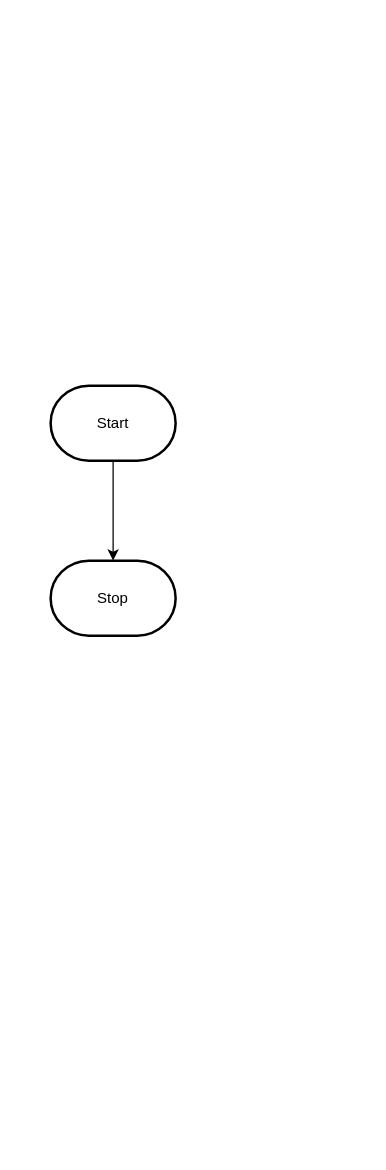
This is design/flowchart.drawio from MTHS-ICS2O-2-2022/ICS2O-Unit-5-01-charlotte-jhu, a draw.io file, before an edit. Source tidied: cells renumbered, new cells numbered last; positions are measured from the earlier drawing's top-left corner, leaving out a move shared by most shapes. Both pictures are drawn from the tidied source at 125%, with x=0, y=0 at pixel (50, 385).
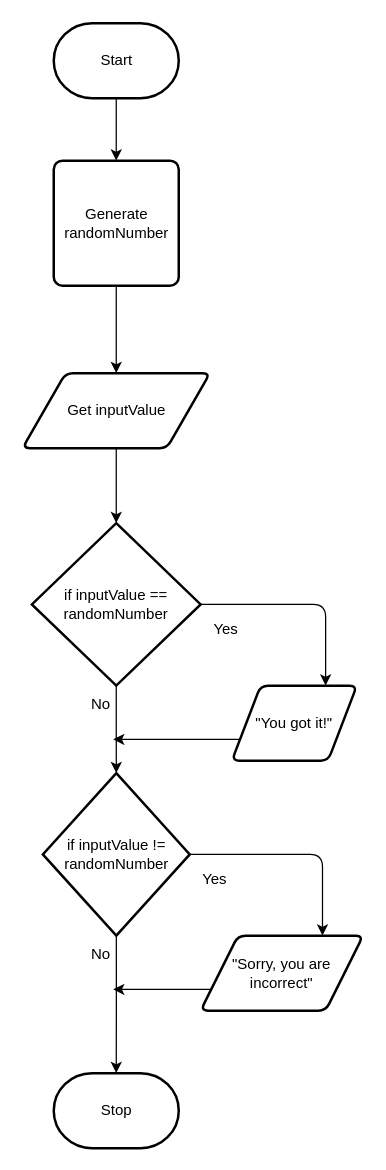
The same page after the edit.

What changed in the source:
```diff
@@
-    <mxCell id="2" style="edgeStyle=orthogonalEdgeStyle;html=1;rounded=0;" parent="1" edge="1" source="3" target="4">
-      <mxGeometry relative="1" as="geometry" />
-    </mxCell>
+    <mxCell id="5" style="edgeStyle=orthogonalEdgeStyle;html=1;exitX=0.5;exitY=1;exitDx=0;exitDy=0;exitPerimeter=0;" parent="1" edge="1" source="3" target="2">
+      <mxGeometry relative="1" as="geometry" />
+    </mxCell>
     <mxCell id="3" value="Start" style="strokeWidth=2;html=1;shape=mxgraph.flowchart.terminator;whiteSpace=wrap;" parent="1" vertex="1">
-      <mxGeometry width="100" height="60" as="geometry" />
+      <mxGeometry x="2.5" y="-290" width="100" height="60" as="geometry" />
     </mxCell>
     <mxCell id="4" value="Stop" style="strokeWidth=2;html=1;shape=mxgraph.flowchart.terminator;whiteSpace=wrap;" parent="1" vertex="1">
-      <mxGeometry y="140" width="100" height="60" as="geometry" />
+      <mxGeometry x="2.5" y="550" width="100" height="60" as="geometry" />
     </mxCell>
+    <mxCell id="6" style="edgeStyle=orthogonalEdgeStyle;html=1;exitX=0.5;exitY=1;exitDx=0;exitDy=0;entryX=0.5;entryY=0;entryDx=0;entryDy=0;" parent="1" edge="1" source="2" target="8">
+      <mxGeometry relative="1" as="geometry" />
+    </mxCell>
+    <mxCell id="2" value="Generate randomNumber" style="rounded=1;whiteSpace=wrap;html=1;absoluteArcSize=1;arcSize=14;strokeWidth=2;" parent="1" vertex="1">
+      <mxGeometry x="2.5" y="-180" width="100" height="100" as="geometry" />
+    </mxCell>
+    <mxCell id="7" style="edgeStyle=orthogonalEdgeStyle;html=1;exitX=0.5;exitY=1;exitDx=0;exitDy=0;" parent="1" edge="1" source="8" target="11">
+      <mxGeometry relative="1" as="geometry" />
+    </mxCell>
+    <mxCell id="8" value="Get inputValue" style="shape=parallelogram;html=1;strokeWidth=2;perimeter=parallelogramPerimeter;whiteSpace=wrap;rounded=1;arcSize=12;size=0.23;" parent="1" vertex="1">
+      <mxGeometry x="-22.5" y="-10" width="150" height="60" as="geometry" />
+    </mxCell>
+    <mxCell id="9" style="edgeStyle=orthogonalEdgeStyle;html=1;entryX=0.75;entryY=0;entryDx=0;entryDy=0;" parent="1" edge="1" source="11" target="13">
+      <mxGeometry relative="1" as="geometry" />
+    </mxCell>
+    <mxCell id="10" style="edgeStyle=orthogonalEdgeStyle;html=1;exitX=0.5;exitY=1;exitDx=0;exitDy=0;exitPerimeter=0;entryX=0.5;entryY=0;entryDx=0;entryDy=0;entryPerimeter=0;" parent="1" edge="1" source="11" target="16">
+      <mxGeometry relative="1" as="geometry" />
+    </mxCell>
+    <mxCell id="11" value="if inputValue == randomNumber" style="strokeWidth=2;html=1;shape=mxgraph.flowchart.decision;whiteSpace=wrap;" parent="1" vertex="1">
+      <mxGeometry x="-15" y="110" width="135" height="130" as="geometry" />
+    </mxCell>
+    <mxCell id="12" style="edgeStyle=orthogonalEdgeStyle;html=1;exitX=0;exitY=0.75;exitDx=0;exitDy=0;" parent="1" edge="1" source="13">
+      <mxGeometry relative="1" as="geometry">
+        <mxPoint x="50" y="283" as="targetPoint" />
+      </mxGeometry>
+    </mxCell>
+    <mxCell id="13" value="&quot;You got it!&quot;" style="shape=parallelogram;html=1;strokeWidth=2;perimeter=parallelogramPerimeter;whiteSpace=wrap;rounded=1;arcSize=12;size=0.23;" parent="1" vertex="1">
+      <mxGeometry x="145" y="240" width="100" height="60" as="geometry" />
+    </mxCell>
+    <mxCell id="14" style="edgeStyle=orthogonalEdgeStyle;html=1;exitX=1;exitY=0.5;exitDx=0;exitDy=0;exitPerimeter=0;entryX=0.75;entryY=0;entryDx=0;entryDy=0;" parent="1" edge="1" source="16" target="18">
+      <mxGeometry relative="1" as="geometry" />
+    </mxCell>
+    <mxCell id="15" style="edgeStyle=orthogonalEdgeStyle;html=1;exitX=0.5;exitY=1;exitDx=0;exitDy=0;exitPerimeter=0;entryX=0.5;entryY=0;entryDx=0;entryDy=0;entryPerimeter=0;" parent="1" edge="1" source="16" target="4">
+      <mxGeometry relative="1" as="geometry" />
+    </mxCell>
+    <mxCell id="16" value="if inputValue != randomNumber" style="strokeWidth=2;html=1;shape=mxgraph.flowchart.decision;whiteSpace=wrap;" parent="1" vertex="1">
+      <mxGeometry x="-6.2" y="310" width="117.5" height="130" as="geometry" />
+    </mxCell>
+    <mxCell id="17" style="edgeStyle=orthogonalEdgeStyle;html=1;exitX=0;exitY=0.75;exitDx=0;exitDy=0;" parent="1" edge="1" source="18">
+      <mxGeometry relative="1" as="geometry">
+        <mxPoint x="50" y="483" as="targetPoint" />
+      </mxGeometry>
+    </mxCell>
+    <mxCell id="18" value="&quot;Sorry, you are incorrect&quot;" style="shape=parallelogram;html=1;strokeWidth=2;perimeter=parallelogramPerimeter;whiteSpace=wrap;rounded=1;arcSize=12;size=0.23;" parent="1" vertex="1">
+      <mxGeometry x="120" y="440" width="130" height="60" as="geometry" />
+    </mxCell>
+    <mxCell id="19" value="Yes" style="text;html=1;align=center;verticalAlign=middle;strokeColor=none;fillColor=none;" parent="1" vertex="1">
+      <mxGeometry x="120" y="180" width="40" height="30" as="geometry" />
+    </mxCell>
+    <mxCell id="20" value="Yes" style="text;html=1;align=center;verticalAlign=middle;strokeColor=none;fillColor=none;" parent="1" vertex="1">
+      <mxGeometry x="111.2" y="380" width="40" height="30" as="geometry" />
+    </mxCell>
+    <mxCell id="21" value="No" style="text;html=1;align=center;verticalAlign=middle;strokeColor=none;fillColor=none;" parent="1" vertex="1">
+      <mxGeometry x="20" y="240" width="40" height="30" as="geometry" />
+    </mxCell>
+    <mxCell id="22" value="No" style="text;html=1;align=center;verticalAlign=middle;strokeColor=none;fillColor=none;" parent="1" vertex="1">
+      <mxGeometry x="20" y="440" width="40" height="30" as="geometry" />
+    </mxCell>
```
